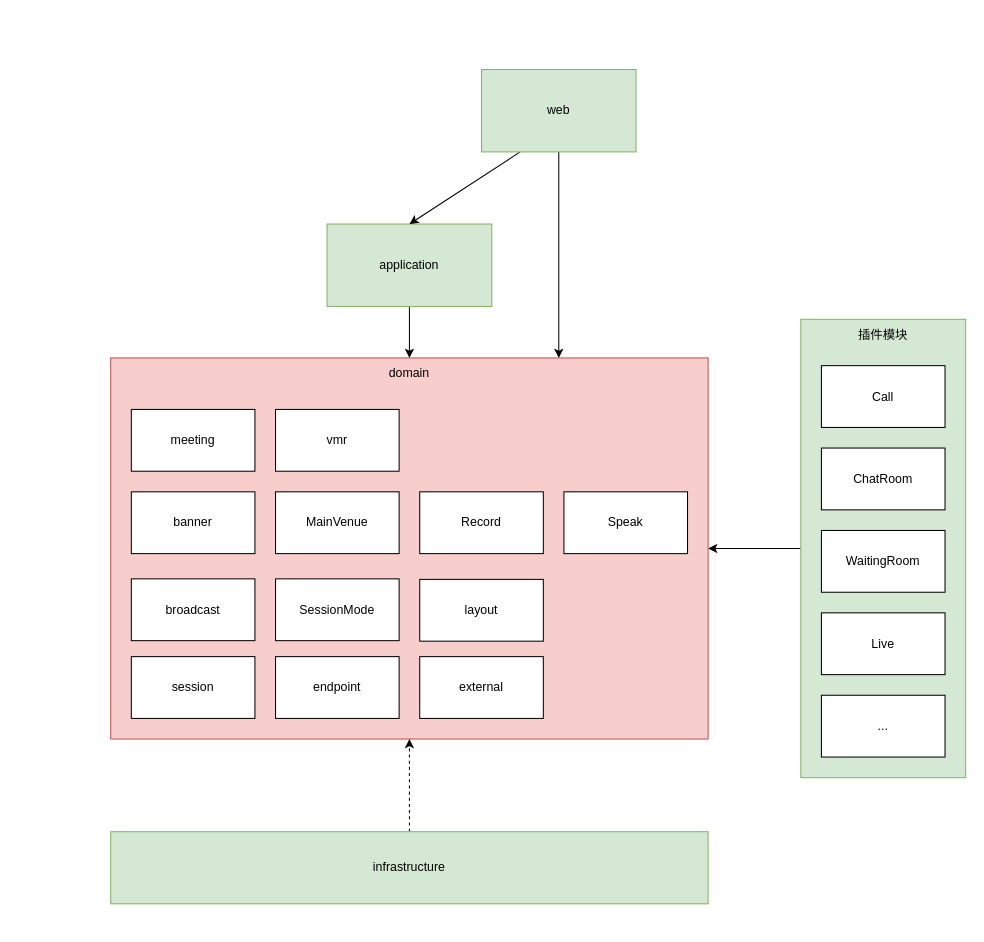
Before: RSC新工程架构.drawio in herozzn/draw, a draw.io diagram. Source tidied: cells renumbered, new cells numbered last; positions are measured from the earlier drawing's top-left corner, leaving out a move shared by most shapes. Both pictures are drawn from the tidied source at 103%, with x=0, y=0 at pixel (110, 69).
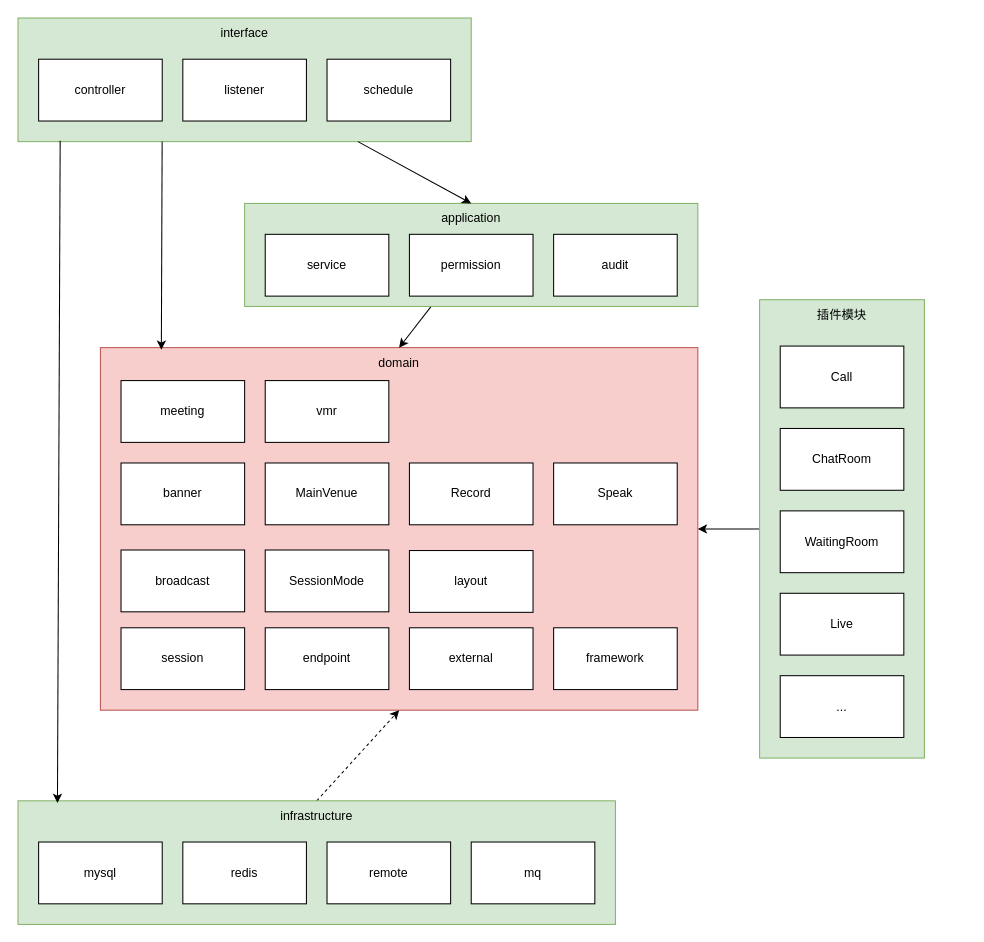
After the change.

Commit message:
更新RSC新工程架构.drawio

Change to the diagram source:
```diff
@@
     <mxCell id="3" style="rounded=0;whiteSpace=wrap;html=1;fillColor=#d5e8d4;strokeColor=#82b366;" parent="1" vertex="1">
-      <mxGeometry x="670" y="242.5" width="160" height="445" as="geometry" />
+      <mxGeometry x="630" y="223.5" width="160" height="445" as="geometry" />
     </mxCell>
     <mxCell id="4" style="rounded=0;whiteSpace=wrap;html=1;fillColor=#f8cecc;strokeColor=#b85450;" parent="1" vertex="1">
-      <mxGeometry y="280" width="580" height="370" as="geometry" />
+      <mxGeometry x="-10" y="270" width="580" height="352" as="geometry" />
     </mxCell>
@@
-    <mxCell id="6" value="application" style="rounded=0;whiteSpace=wrap;html=1;fillColor=#d5e8d4;strokeColor=#82b366;" parent="1" vertex="1">
-      <mxGeometry x="210" y="150" width="160" height="80" as="geometry" />
+    <mxCell id="6" style="rounded=0;whiteSpace=wrap;html=1;fillColor=#d5e8d4;strokeColor=#82b366;" parent="1" vertex="1">
+      <mxGeometry x="130" y="130" width="440" height="100" as="geometry" />
     </mxCell>
-    <mxCell id="7" style="rounded=0;jettySize=auto;html=1;entryX=0.5;entryY=0;entryDx=0;entryDy=0;exitX=0.25;exitY=1;exitDx=0;exitDy=0;" parent="1" edge="1" source="9" target="6">
-      <mxGeometry relative="1" as="geometry" />
-    </mxCell>
-    <mxCell id="8" style="rounded=0;jettySize=auto;html=1;entryX=0.75;entryY=0;entryDx=0;entryDy=0;" parent="1" edge="1" source="9" target="4">
-      <mxGeometry relative="1" as="geometry" />
-    </mxCell>
-    <mxCell id="9" value="web" style="rounded=0;whiteSpace=wrap;html=1;fillColor=#d5e8d4;strokeColor=#82b366;" parent="1" vertex="1">
-      <mxGeometry x="360" width="150" height="80" as="geometry" />
+    <mxCell id="9" style="rounded=0;whiteSpace=wrap;html=1;fillColor=#d5e8d4;strokeColor=#82b366;" parent="1" vertex="1">
+      <mxGeometry x="-90" y="-50" width="440" height="120" as="geometry" />
     </mxCell>
-    <mxCell id="10" style="edgeStyle=orthogonalEdgeStyle;rounded=0;jettySize=auto;html=1;entryX=0.5;entryY=1;entryDx=0;entryDy=0;dashed=1;" parent="1" edge="1" source="11" target="4">
+    <mxCell id="10" style="rounded=0;jettySize=auto;html=1;entryX=0.5;entryY=1;entryDx=0;entryDy=0;dashed=1;exitX=0.5;exitY=0;exitDx=0;exitDy=0;" parent="1" edge="1" source="11" target="4">
       <mxGeometry relative="1" as="geometry" />
     </mxCell>
-    <mxCell id="11" value="infrastructure" style="rounded=0;whiteSpace=wrap;html=1;fillColor=#d5e8d4;strokeColor=#82b366;" parent="1" vertex="1">
-      <mxGeometry y="740" width="580" height="70" as="geometry" />
+    <mxCell id="11" style="rounded=0;whiteSpace=wrap;html=1;fillColor=#d5e8d4;strokeColor=#82b366;" parent="1" vertex="1">
+      <mxGeometry x="-90" y="710" width="580" height="120" as="geometry" />
     </mxCell>
     <mxCell id="12" value="session" style="rounded=0;whiteSpace=wrap;html=1;" parent="1" vertex="1">
-      <mxGeometry x="20" y="570" width="120" height="60" as="geometry" />
+      <mxGeometry x="10" y="542" width="120" height="60" as="geometry" />
     </mxCell>
     <mxCell id="13" value="endpoint" style="rounded=0;whiteSpace=wrap;html=1;" parent="1" vertex="1">
-      <mxGeometry x="160" y="570" width="120" height="60" as="geometry" />
+      <mxGeometry x="150" y="542" width="120" height="60" as="geometry" />
     </mxCell>
     <mxCell id="14" value="meeting" style="rounded=0;whiteSpace=wrap;html=1;" parent="1" vertex="1">
-      <mxGeometry x="20" y="330" width="120" height="60" as="geometry" />
+      <mxGeometry x="10" y="302" width="120" height="60" as="geometry" />
     </mxCell>
     <mxCell id="15" value="vmr" style="rounded=0;whiteSpace=wrap;html=1;" parent="1" vertex="1">
-      <mxGeometry x="160" y="330" width="120" height="60" as="geometry" />
+      <mxGeometry x="150" y="302" width="120" height="60" as="geometry" />
     </mxCell>
     <mxCell id="16" value="banner" style="rounded=0;whiteSpace=wrap;html=1;" parent="1" vertex="1">
-      <mxGeometry x="20" y="410" width="120" height="60" as="geometry" />
+      <mxGeometry x="10" y="382" width="120" height="60" as="geometry" />
     </mxCell>
     <mxCell id="17" value="MainVenue" style="rounded=0;whiteSpace=wrap;html=1;" parent="1" vertex="1">
-      <mxGeometry x="160" y="410" width="120" height="60" as="geometry" />
+      <mxGeometry x="150" y="382" width="120" height="60" as="geometry" />
     </mxCell>
     <mxCell id="18" value="Record" style="rounded=0;whiteSpace=wrap;html=1;" parent="1" vertex="1">
-      <mxGeometry x="300" y="410" width="120" height="60" as="geometry" />
+      <mxGeometry x="290" y="382" width="120" height="60" as="geometry" />
     </mxCell>
     <mxCell id="19" value="Speak" style="rounded=0;whiteSpace=wrap;html=1;" parent="1" vertex="1">
-      <mxGeometry x="440" y="410" width="120" height="60" as="geometry" />
+      <mxGeometry x="430" y="382" width="120" height="60" as="geometry" />
     </mxCell>
     <mxCell id="20" value="broadcast" style="rounded=0;whiteSpace=wrap;html=1;" parent="1" vertex="1">
-      <mxGeometry x="20" y="494.5" width="120" height="60" as="geometry" />
+      <mxGeometry x="10" y="466.5" width="120" height="60" as="geometry" />
     </mxCell>
     <mxCell id="21" value="SessionMode" style="rounded=0;whiteSpace=wrap;html=1;" parent="1" vertex="1">
-      <mxGeometry x="160" y="494.5" width="120" height="60" as="geometry" />
+      <mxGeometry x="150" y="466.5" width="120" height="60" as="geometry" />
     </mxCell>
     <mxCell id="22" value="layout" style="rounded=0;whiteSpace=wrap;html=1;" parent="1" vertex="1">
-      <mxGeometry x="300" y="495" width="120" height="60" as="geometry" />
+      <mxGeometry x="290" y="467" width="120" height="60" as="geometry" />
     </mxCell>
@@
     <mxCell id="24" value="domain" style="text;html=1;strokeColor=none;fillColor=none;align=center;verticalAlign=middle;whiteSpace=wrap;rounded=0;" parent="1" vertex="1">
-      <mxGeometry x="260" y="280" width="60" height="30" as="geometry" />
+      <mxGeometry x="240" y="270" width="80" height="30" as="geometry" />
     </mxCell>
     <mxCell id="25" value="Call" style="rounded=0;whiteSpace=wrap;html=1;" parent="1" vertex="1">
-      <mxGeometry x="690" y="287.5" width="120" height="60" as="geometry" />
+      <mxGeometry x="650" y="268.5" width="120" height="60" as="geometry" />
     </mxCell>
     <mxCell id="26" value="ChatRoom" style="rounded=0;whiteSpace=wrap;html=1;" parent="1" vertex="1">
-      <mxGeometry x="690" y="367.5" width="120" height="60" as="geometry" />
+      <mxGeometry x="650" y="348.5" width="120" height="60" as="geometry" />
     </mxCell>
     <mxCell id="27" value="WaitingRoom" style="rounded=0;whiteSpace=wrap;html=1;" parent="1" vertex="1">
-      <mxGeometry x="690" y="447.5" width="120" height="60" as="geometry" />
+      <mxGeometry x="650" y="428.5" width="120" height="60" as="geometry" />
     </mxCell>
     <mxCell id="28" value="Live" style="rounded=0;whiteSpace=wrap;html=1;" parent="1" vertex="1">
-      <mxGeometry x="690" y="527.5" width="120" height="60" as="geometry" />
+      <mxGeometry x="650" y="508.5" width="120" height="60" as="geometry" />
     </mxCell>
     <mxCell id="29" value="external" style="rounded=0;whiteSpace=wrap;html=1;" parent="1" vertex="1">
-      <mxGeometry x="300" y="570" width="120" height="60" as="geometry" />
+      <mxGeometry x="290" y="542" width="120" height="60" as="geometry" />
     </mxCell>
     <mxCell id="30" value="..." style="rounded=0;whiteSpace=wrap;html=1;" parent="1" vertex="1">
-      <mxGeometry x="690" y="607.5" width="120" height="60" as="geometry" />
+      <mxGeometry x="650" y="588.5" width="120" height="60" as="geometry" />
     </mxCell>
     <mxCell id="31" value="插件模块" style="text;html=1;strokeColor=none;fillColor=none;align=center;verticalAlign=middle;whiteSpace=wrap;rounded=0;" parent="1" vertex="1">
-      <mxGeometry x="720" y="242.5" width="60" height="30" as="geometry" />
+      <mxGeometry x="680" y="223.5" width="60" height="30" as="geometry" />
     </mxCell>
+    <mxCell id="32" value="service" style="rounded=0;whiteSpace=wrap;html=1;" parent="1" vertex="1">
+      <mxGeometry x="150" y="160" width="120" height="60" as="geometry" />
+    </mxCell>
+    <mxCell id="33" value="permission" style="rounded=0;whiteSpace=wrap;html=1;" parent="1" vertex="1">
+      <mxGeometry x="290" y="160" width="120" height="60" as="geometry" />
+    </mxCell>
+    <mxCell id="34" value="audit" style="rounded=0;whiteSpace=wrap;html=1;" parent="1" vertex="1">
+      <mxGeometry x="430" y="160" width="120" height="60" as="geometry" />
+    </mxCell>
+    <mxCell id="35" value="application" style="text;html=1;strokeColor=none;fillColor=none;align=center;verticalAlign=middle;whiteSpace=wrap;rounded=0;" parent="1" vertex="1">
+      <mxGeometry x="310" y="130" width="80" height="30" as="geometry" />
+    </mxCell>
+    <mxCell id="7" style="endArrow=classic;html=1;rounded=0;exitX=0.75;exitY=1;exitDx=0;exitDy=0;entryX=0.5;entryY=0;entryDx=0;entryDy=0;" parent="1" edge="1" source="9" target="6">
+      <mxGeometry relative="1" as="geometry" />
+    </mxCell>
+    <mxCell id="8" style="endArrow=classic;html=1;rounded=0;exitX=0.318;exitY=1;exitDx=0;exitDy=0;entryX=0.102;entryY=0.006;entryDx=0;entryDy=0;entryPerimeter=0;exitPerimeter=0;" parent="1" edge="1" source="9" target="4">
+      <mxGeometry relative="1" as="geometry" />
+    </mxCell>
+    <mxCell id="36" style="endArrow=classic;html=1;rounded=0;exitX=0.093;exitY=0.992;exitDx=0;exitDy=0;exitPerimeter=0;entryX=0.066;entryY=0.017;entryDx=0;entryDy=0;entryPerimeter=0;" parent="1" edge="1" source="9" target="11">
+      <mxGeometry relative="1" as="geometry" />
+    </mxCell>
+    <mxCell id="37" value="controller" style="rounded=0;whiteSpace=wrap;html=1;" parent="1" vertex="1">
+      <mxGeometry x="-70" y="-10" width="120" height="60" as="geometry" />
+    </mxCell>
+    <mxCell id="38" value="interface" style="text;html=1;strokeColor=none;fillColor=none;align=center;verticalAlign=middle;whiteSpace=wrap;rounded=0;" parent="1" vertex="1">
+      <mxGeometry x="90" y="-50" width="80" height="30" as="geometry" />
+    </mxCell>
+    <mxCell id="39" value="listener" style="rounded=0;whiteSpace=wrap;html=1;" parent="1" vertex="1">
+      <mxGeometry x="70" y="-10" width="120" height="60" as="geometry" />
+    </mxCell>
+    <mxCell id="40" value="schedule" style="rounded=0;whiteSpace=wrap;html=1;" parent="1" vertex="1">
+      <mxGeometry x="210" y="-10" width="120" height="60" as="geometry" />
+    </mxCell>
+    <mxCell id="41" value="framework" style="rounded=0;whiteSpace=wrap;html=1;" parent="1" vertex="1">
+      <mxGeometry x="430" y="542" width="120" height="60" as="geometry" />
+    </mxCell>
+    <mxCell id="42" value="infrastructure" style="text;html=1;strokeColor=none;fillColor=none;align=center;verticalAlign=middle;whiteSpace=wrap;rounded=0;" parent="1" vertex="1">
+      <mxGeometry x="160" y="710" width="80" height="30" as="geometry" />
+    </mxCell>
+    <mxCell id="43" value="mysql&lt;br&gt;" style="rounded=0;whiteSpace=wrap;html=1;" parent="1" vertex="1">
+      <mxGeometry x="-70" y="750" width="120" height="60" as="geometry" />
+    </mxCell>
+    <mxCell id="44" value="redis" style="rounded=0;whiteSpace=wrap;html=1;" parent="1" vertex="1">
+      <mxGeometry x="70" y="750" width="120" height="60" as="geometry" />
+    </mxCell>
+    <mxCell id="45" value="remote" style="rounded=0;whiteSpace=wrap;html=1;" parent="1" vertex="1">
+      <mxGeometry x="210" y="750" width="120" height="60" as="geometry" />
+    </mxCell>
+    <mxCell id="46" value="mq" style="rounded=0;whiteSpace=wrap;html=1;" parent="1" vertex="1">
+      <mxGeometry x="350" y="750" width="120" height="60" as="geometry" />
+    </mxCell>
```
